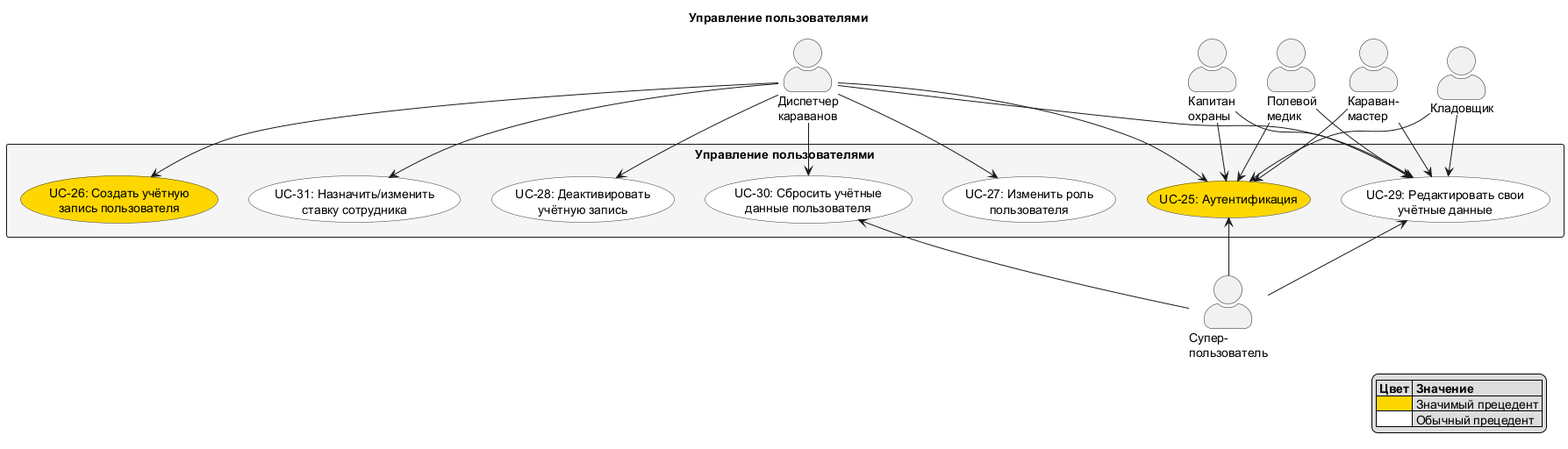
The PlantUML diagram docs/diagrams/out/UC_7_Users.png in granikartem/MPI, before a commit. The source it was exported from:
```plantuml
@startuml UC_7_Users
skinparam actorStyle awesome
skinparam usecaseBackgroundColor #White
skinparam usecaseBorderColor #333333
skinparam rectangleBackgroundColor #F5F5F5

title Управление пользователями

actor "Диспетчер\nкараванов" as Dispatcher
actor "Караван-\nмастер" as CaravanMaster
actor "Кладовщик" as Storekeeper
actor "Капитан\nохраны" as SecurityCaptain
actor "Полевой\nмедик" as Medic

rectangle "Управление пользователями" {
  usecase "UC-25: Аутентификация" as UC25 #Gold
  usecase "UC-26: Создать учётную\nзапись пользователя" as UC26 #Gold
  usecase "UC-27: Изменить роль\nпользователя" as UC27
  usecase "UC-28: Деактивировать\nучётную запись" as UC28
  usecase "UC-29: Редактировать свои\nучётные данные" as UC29
  usecase "UC-30: Сбросить учётные\nданные пользователя" as UC30
  usecase "UC-31: Назначить/изменить\nставку сотрудника" as UC31
}

actor "Супер-\nпользователь" as SuperUser

Dispatcher --> UC25
Dispatcher --> UC26
Dispatcher --> UC27
Dispatcher --> UC28
Dispatcher --> UC29
Dispatcher --> UC30
Dispatcher --> UC31
CaravanMaster --> UC25
CaravanMaster --> UC29
Storekeeper --> UC25
Storekeeper --> UC29
SecurityCaptain --> UC25
SecurityCaptain --> UC29
Medic --> UC25
Medic --> UC29
UC25 <-- SuperUser
UC29 <-- SuperUser
UC30 <-- SuperUser

legend right
  |= Цвет |= Значение |
  | <#Gold> | Значимый прецедент |
  | <#White> | Обычный прецедент |
endlegend
@enduml
```
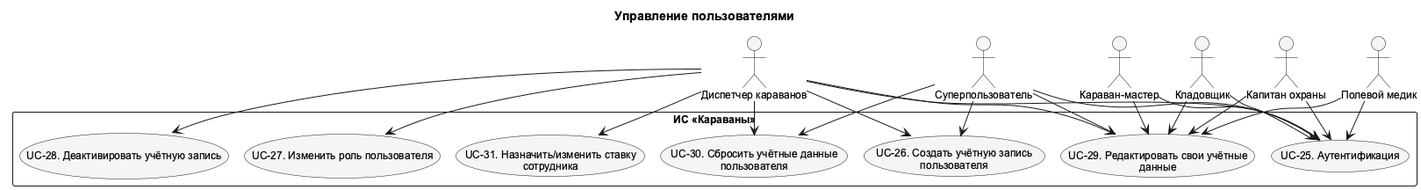
After the change.

The edit, as a diff of the source:
```diff
@@ -1,29 +1,32 @@
 @startuml UC_7_Users
-skinparam actorStyle awesome
-skinparam usecaseBackgroundColor #White
-skinparam usecaseBorderColor #333333
-skinparam rectangleBackgroundColor #F5F5F5
-
+!pragma layout smetana
+skinparam shadowing false
+skinparam defaultFontName Arial
+skinparam defaultFontSize 12
+skinparam backgroundColor white
+skinparam nodesep 75
+skinparam ranksep 100
+skinparam ArrowFontSize 11
+skinparam usecaseBackgroundColor #F5F5F5
+skinparam activityBackgroundColor #F5F5F5
+top to bottom direction
 title Управление пользователями
 
-actor "Диспетчер\nкараванов" as Dispatcher
-actor "Караван-\nмастер" as CaravanMaster
+actor "Диспетчер караванов" as Dispatcher
+actor "Караван-мастер" as CaravanMaster
 actor "Кладовщик" as Storekeeper
-actor "Капитан\nохраны" as SecurityCaptain
-actor "Полевой\nмедик" as Medic
-
-rectangle "Управление пользователями" {
-  usecase "UC-25: Аутентификация" as UC25 #Gold
-  usecase "UC-26: Создать учётную\nзапись пользователя" as UC26 #Gold
-  usecase "UC-27: Изменить роль\nпользователя" as UC27
-  usecase "UC-28: Деактивировать\nучётную запись" as UC28
-  usecase "UC-29: Редактировать свои\nучётные данные" as UC29
-  usecase "UC-30: Сбросить учётные\nданные пользователя" as UC30
-  usecase "UC-31: Назначить/изменить\nставку сотрудника" as UC31
+actor "Капитан охраны" as SecurityCaptain
+actor "Полевой медик" as Medic
+actor "Суперпользователь" as SuperUser
+rectangle "ИС «Караваны»" as SystemBoundary {
+  usecase "UC-25. Аутентификация" as UC25
+  usecase "UC-26. Создать учётную запись\nпользователя" as UC26
+  usecase "UC-27. Изменить роль пользователя" as UC27
+  usecase "UC-28. Деактивировать учётную запись" as UC28
+  usecase "UC-29. Редактировать свои учётные\nданные" as UC29
+  usecase "UC-30. Сбросить учётные данные\nпользователя" as UC30
+  usecase "UC-31. Назначить/изменить ставку\nсотрудника" as UC31
 }
-
-actor "Супер-\nпользователь" as SuperUser
-
 Dispatcher --> UC25
 Dispatcher --> UC26
 Dispatcher --> UC27
@@ -39,13 +42,8 @@
 SecurityCaptain --> UC29
 Medic --> UC25
 Medic --> UC29
-UC25 <-- SuperUser
-UC29 <-- SuperUser
-UC30 <-- SuperUser
-
-legend right
-  |= Цвет |= Значение |
-  | <#Gold> | Значимый прецедент |
-  | <#White> | Обычный прецедент |
-endlegend
+SuperUser --> UC25
+SuperUser --> UC26
+SuperUser --> UC29
+SuperUser --> UC30
 @enduml
```
